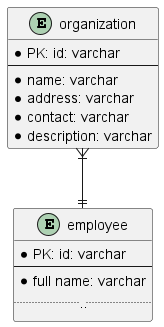
VictoriaKh-T/Payslip_platform keeps this PlantUML diagram as documentation/er-diagram/diagram/organization.png. Above is the earlier version. Its diagram source:
```plantuml
@startuml

entity "organization" as org {
* PK: id: varchar
--
* name: varchar
* address: varchar
* contact: varchar
* description: varchar
}


entity "employee" as empl {
* PK: id: varchar
--
* full name: varchar
......
}

org }|--|| empl
@enduml
```
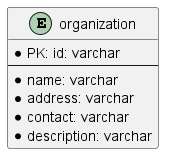
The same diagram one commit later.

The edit, as a diff of the source:
```diff
@@ -8,14 +8,4 @@
 * contact: varchar
 * description: varchar
 }
-
-
-entity "employee" as empl {
-* PK: id: varchar
---
-* full name: varchar
-......
-}
-
-org }|--|| empl
 @enduml
```
